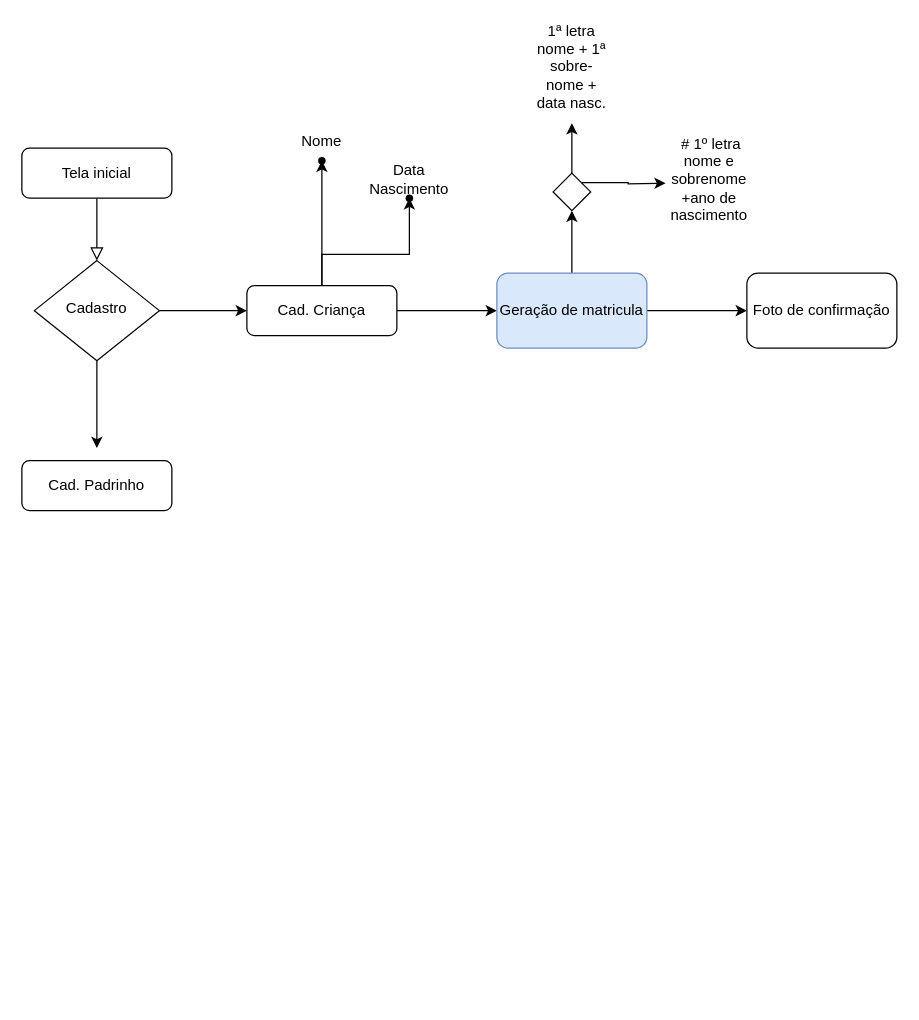
The draw.io diagram Documentação/Untitled Diagram.drawio in ArissonSantos/cartinha, before the edit. Source tidied: cells renumbered, new cells numbered last; positions are measured from the earlier drawing's top-left corner, leaving out a move shared by most shapes. Both pictures are drawn from the tidied source at 125%, with x=0, y=0 at pixel (21, 48).
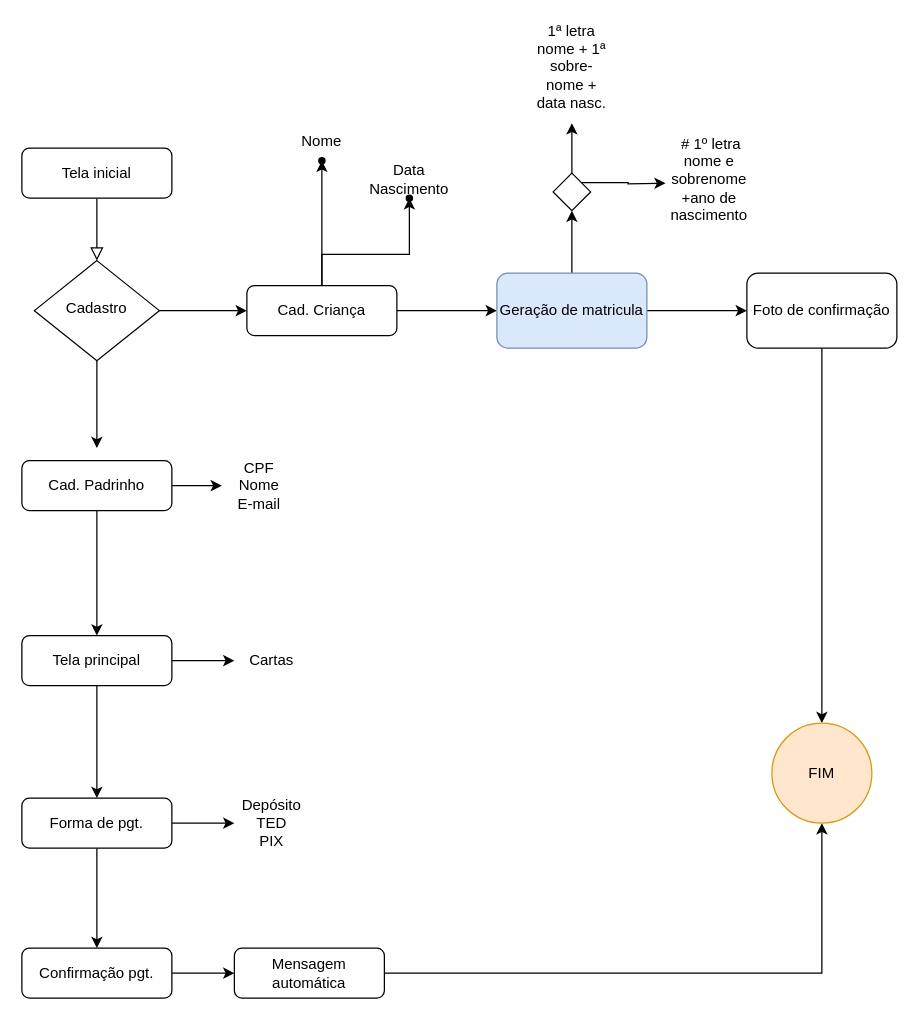
Above is the later version.

Commit message:
diagrama de visão drawio

The change refers to these unchanged cells:
```xml
<mxCell id="18" value="&lt;div&gt;Foto de confirmação&lt;/div&gt;" style="whiteSpace=wrap;html=1;rounded=1;glass=0;strokeWidth=1;shadow=0;" parent="1" vertex="1">
  <mxGeometry x="580" y="180" width="120" height="60" as="geometry" />
</mxCell>
<mxCell id="24" value="Cad. Padrinho" style="rounded=1;whiteSpace=wrap;html=1;" parent="1" vertex="1">
  <mxGeometry y="330" width="120" height="40" as="geometry" />
</mxCell>
```

The edit, as a diff of the source:
```diff
@@
+    <mxCell id="25" style="edgeStyle=orthogonalEdgeStyle;rounded=0;jettySize=auto;html=1;entryX=0.5;entryY=0;entryDx=0;entryDy=0;" parent="1" edge="1" source="18" target="41">
+      <mxGeometry relative="1" as="geometry" />
+    </mxCell>
@@
+    <mxCell id="26" style="edgeStyle=orthogonalEdgeStyle;rounded=0;jettySize=auto;html=1;" parent="1" edge="1" source="24" target="28">
+      <mxGeometry relative="1" as="geometry" />
+    </mxCell>
+    <mxCell id="27" style="edgeStyle=orthogonalEdgeStyle;rounded=0;jettySize=auto;html=1;" parent="1" edge="1" source="24" target="31">
+      <mxGeometry relative="1" as="geometry" />
+    </mxCell>
@@
+    <mxCell id="28" value="&lt;div&gt;CPF&lt;/div&gt;&lt;div&gt;Nome&lt;/div&gt;&lt;div&gt;E-mail&lt;br&gt;&lt;/div&gt;" style="text;html=1;strokeColor=none;fillColor=none;align=center;verticalAlign=middle;whiteSpace=wrap;rounded=0;" parent="1" vertex="1">
+      <mxGeometry x="160" y="335" width="60" height="30" as="geometry" />
+    </mxCell>
+    <mxCell id="29" style="edgeStyle=orthogonalEdgeStyle;rounded=0;jettySize=auto;html=1;" parent="1" edge="1" source="31" target="32">
+      <mxGeometry relative="1" as="geometry" />
+    </mxCell>
+    <mxCell id="30" style="edgeStyle=orthogonalEdgeStyle;rounded=0;jettySize=auto;html=1;" parent="1" edge="1" source="31" target="35">
+      <mxGeometry relative="1" as="geometry" />
+    </mxCell>
+    <mxCell id="31" value="Tela principal" style="rounded=1;whiteSpace=wrap;html=1;" parent="1" vertex="1">
+      <mxGeometry y="470" width="120" height="40" as="geometry" />
+    </mxCell>
+    <mxCell id="32" value="Cartas" style="text;html=1;strokeColor=none;fillColor=none;align=center;verticalAlign=middle;whiteSpace=wrap;rounded=0;" parent="1" vertex="1">
+      <mxGeometry x="170" y="475" width="60" height="30" as="geometry" />
+    </mxCell>
+    <mxCell id="33" style="edgeStyle=orthogonalEdgeStyle;rounded=0;jettySize=auto;html=1;" parent="1" edge="1" source="35" target="36">
+      <mxGeometry relative="1" as="geometry" />
+    </mxCell>
+    <mxCell id="34" style="edgeStyle=orthogonalEdgeStyle;rounded=0;jettySize=auto;html=1;" parent="1" edge="1" source="35" target="38">
+      <mxGeometry relative="1" as="geometry" />
+    </mxCell>
+    <mxCell id="35" value="Forma de pgt." style="rounded=1;whiteSpace=wrap;html=1;" parent="1" vertex="1">
+      <mxGeometry y="600" width="120" height="40" as="geometry" />
+    </mxCell>
+    <mxCell id="36" value="&lt;div&gt;Depósito&lt;/div&gt;&lt;div&gt;TED&lt;/div&gt;&lt;div&gt;PIX&lt;br&gt;&lt;/div&gt;" style="text;html=1;strokeColor=none;fillColor=none;align=center;verticalAlign=middle;whiteSpace=wrap;rounded=0;" parent="1" vertex="1">
+      <mxGeometry x="170" y="605" width="60" height="30" as="geometry" />
+    </mxCell>
+    <mxCell id="37" style="edgeStyle=orthogonalEdgeStyle;rounded=0;jettySize=auto;html=1;" parent="1" edge="1" source="38" target="40">
+      <mxGeometry relative="1" as="geometry" />
+    </mxCell>
+    <mxCell id="38" value="Confirmação pgt." style="rounded=1;whiteSpace=wrap;html=1;" parent="1" vertex="1">
+      <mxGeometry y="720" width="120" height="40" as="geometry" />
+    </mxCell>
+    <mxCell id="39" style="edgeStyle=orthogonalEdgeStyle;rounded=0;jettySize=auto;html=1;entryX=0.5;entryY=1;entryDx=0;entryDy=0;" parent="1" edge="1" source="40" target="41">
+      <mxGeometry relative="1" as="geometry" />
+    </mxCell>
+    <mxCell id="40" value="Mensagem automática" style="rounded=1;whiteSpace=wrap;html=1;" parent="1" vertex="1">
+      <mxGeometry x="170" y="720" width="120" height="40" as="geometry" />
+    </mxCell>
+    <mxCell id="41" value="FIM" style="ellipse;whiteSpace=wrap;html=1;fillColor=#ffe6cc;strokeColor=#d79b00;" parent="1" vertex="1">
+      <mxGeometry x="600" y="540" width="80" height="80" as="geometry" />
+    </mxCell>
```
